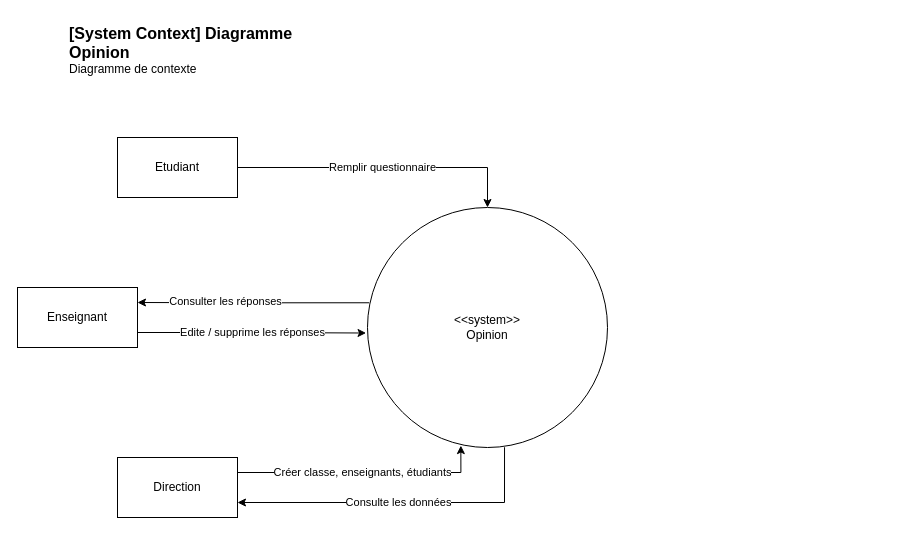
Devetik/Diagrammes keeps this draw.io diagram as DiagrammeContext.drawio. Above is the earlier version. Source tidied: cells renumbered, new cells numbered last; positions are measured from the earlier drawing's top-left corner, leaving out a move shared by most shapes. Both pictures are drawn from the tidied source at 100%, with x=0, y=0 at pixel (17, 17).
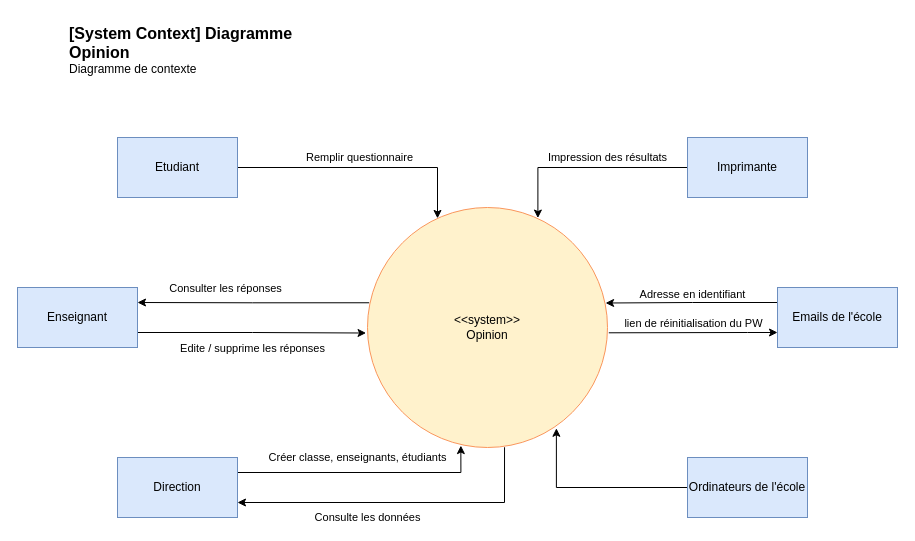
Above is the later version.

Unchanged cells that the change refers to:
```xml
<mxCell id="8" style="edgeStyle=orthogonalEdgeStyle;rounded=0;jettySize=auto;html=1;exitX=0.007;exitY=0.397;exitDx=0;exitDy=0;entryX=1;entryY=0.25;entryDx=0;entryDy=0;exitPerimeter=0;" parent="1" edge="1" source="11" target="5">
  <mxGeometry relative="1" as="geometry" />
</mxCell>
```

Diff of the diagram source:
```diff
@@
     <mxCell id="2" value="Remplir questionnaire" style="edgeStyle=orthogonalEdgeStyle;rounded=0;jettySize=auto;html=1;exitX=1;exitY=0.5;exitDx=0;exitDy=0;" parent="1" edge="1" source="3" target="11">
-      <mxGeometry relative="1" as="geometry" />
+      <mxGeometry x="-0.03" y="10" relative="1" as="geometry">
+        <Array as="points">
+          <mxPoint x="420" y="150" />
+        </Array>
+      </mxGeometry>
     </mxCell>
-    <mxCell id="3" value="Etudiant" style="rounded=0;whiteSpace=wrap;html=1;gradientColor=none;fillColor=none;" parent="1" vertex="1">
+    <mxCell id="3" value="Etudiant" style="rounded=0;whiteSpace=wrap;html=1;fillColor=#dae8fc;strokeColor=#6c8ebf;" parent="1" vertex="1">
       <mxGeometry x="100" y="120" width="120" height="60" as="geometry" />
     </mxCell>
     <mxCell id="4" value="Edite / supprime les réponses" style="edgeStyle=orthogonalEdgeStyle;rounded=0;jettySize=auto;html=1;exitX=1;exitY=0.75;exitDx=0;exitDy=0;entryX=-0.006;entryY=0.523;entryDx=0;entryDy=0;entryPerimeter=0;" parent="1" edge="1" source="5" target="11">
-      <mxGeometry relative="1" as="geometry" />
+      <mxGeometry x="0.01" y="-15" relative="1" as="geometry" />
     </mxCell>
-    <mxCell id="5" value="Enseignant" style="rounded=0;whiteSpace=wrap;html=1;fillColor=none;gradientColor=none;" parent="1" vertex="1">
+    <mxCell id="5" value="Enseignant" style="rounded=0;whiteSpace=wrap;html=1;fillColor=#dae8fc;strokeColor=#6c8ebf;" parent="1" vertex="1">
       <mxGeometry y="270" width="120" height="60" as="geometry" />
     </mxCell>
     <mxCell id="6" value="Créer classe, enseignants, étudiants" style="edgeStyle=orthogonalEdgeStyle;rounded=0;jettySize=auto;html=1;exitX=1;exitY=0.25;exitDx=0;exitDy=0;entryX=0.389;entryY=0.992;entryDx=0;entryDy=0;entryPerimeter=0;" parent="1" edge="1" source="7" target="11">
-      <mxGeometry relative="1" as="geometry" />
+      <mxGeometry x="-0.04" y="15" relative="1" as="geometry" />
     </mxCell>
-    <mxCell id="7" value="Direction" style="rounded=0;whiteSpace=wrap;html=1;fillColor=none;gradientColor=none;" parent="1" vertex="1">
+    <mxCell id="7" value="Direction" style="rounded=0;whiteSpace=wrap;html=1;fillColor=#dae8fc;strokeColor=#6c8ebf;" parent="1" vertex="1">
       <mxGeometry x="100" y="440" width="120" height="60" as="geometry" />
     </mxCell>
@@
     <mxCell id="9" value="Consulter les réponses" style="edgeLabel;html=1;align=center;verticalAlign=middle;" parent="8" vertex="1">
-      <mxGeometry x="0.24" y="-2" relative="1" as="geometry" />
+      <mxGeometry x="0.24" y="-2" relative="1" as="geometry">
+        <mxPoint y="-13" as="offset" />
+      </mxGeometry>
     </mxCell>
     <mxCell id="10" value="Consulte les données" style="edgeStyle=orthogonalEdgeStyle;rounded=0;jettySize=auto;html=1;exitX=0.571;exitY=0.999;exitDx=0;exitDy=0;entryX=1;entryY=0.75;entryDx=0;entryDy=0;exitPerimeter=0;" parent="1" edge="1" source="11" target="7">
-      <mxGeometry relative="1" as="geometry" />
+      <mxGeometry x="0.19" y="15" relative="1" as="geometry" />
     </mxCell>
-    <mxCell id="11" value="&amp;lt;&amp;lt;system&amp;gt;&amp;gt;&lt;br&gt;Opinion" style="ellipse;whiteSpace=wrap;html=1;fillColor=none;gradientColor=none;" parent="1" vertex="1">
+    <mxCell id="11" value="&amp;lt;&amp;lt;system&amp;gt;&amp;gt;&lt;br&gt;Opinion" style="ellipse;whiteSpace=wrap;html=1;fillColor=#fff2cc;strokeColor=#FA965C;gradientColor=none;gradientDirection=radial;" parent="1" vertex="1">
       <mxGeometry x="350" y="190" width="240" height="240" as="geometry" />
     </mxCell>
@@
+    <mxCell id="13" value="Impression des résultats" style="edgeStyle=orthogonalEdgeStyle;rounded=0;jettySize=auto;html=1;entryX=0.71;entryY=0.044;entryDx=0;entryDy=0;entryPerimeter=0;" parent="1" edge="1" source="14" target="11">
+      <mxGeometry x="-0.2" y="-10" relative="1" as="geometry" />
+    </mxCell>
+    <mxCell id="14" value="Imprimante" style="rounded=0;whiteSpace=wrap;html=1;fillColor=#dae8fc;strokeColor=#6c8ebf;" parent="1" vertex="1">
+      <mxGeometry x="670" y="120" width="120" height="60" as="geometry" />
+    </mxCell>
+    <mxCell id="15" style="edgeStyle=orthogonalEdgeStyle;rounded=0;jettySize=auto;html=1;entryX=0.787;entryY=0.92;entryDx=0;entryDy=0;entryPerimeter=0;verticalAlign=bottom;" parent="1" edge="1" source="16" target="11">
+      <mxGeometry relative="1" as="geometry" />
+    </mxCell>
+    <mxCell id="16" value="Ordinateurs de l'école" style="rounded=0;whiteSpace=wrap;html=1;strokeColor=#6c8ebf;fillColor=#dae8fc;gradientDirection=radial;" parent="1" vertex="1">
+      <mxGeometry x="670" y="440" width="120" height="60" as="geometry" />
+    </mxCell>
+    <mxCell id="17" value="lien de réinitialisation du PW" style="edgeStyle=orthogonalEdgeStyle;rounded=0;jettySize=auto;html=1;exitX=0;exitY=0.75;exitDx=0;exitDy=0;startArrow=classic;startFill=1;endArrow=none;endFill=0;verticalAlign=bottom;" parent="1" edge="1" source="19">
+      <mxGeometry relative="1" as="geometry">
+        <mxPoint x="591.3" y="315.3" as="targetPoint" />
+        <Array as="points">
+          <mxPoint x="730" y="315" />
+          <mxPoint x="730" y="315" />
+        </Array>
+      </mxGeometry>
+    </mxCell>
+    <mxCell id="18" value="Adresse en identifiant" style="edgeStyle=orthogonalEdgeStyle;rounded=0;jettySize=auto;html=1;exitX=0;exitY=0.25;exitDx=0;exitDy=0;entryX=0.992;entryY=0.398;entryDx=0;entryDy=0;entryPerimeter=0;startArrow=none;startFill=0;endArrow=classic;endFill=1;verticalAlign=bottom;" parent="1" edge="1" source="19" target="11">
+      <mxGeometry relative="1" as="geometry" />
+    </mxCell>
+    <mxCell id="19" value="Emails de l'école" style="rounded=0;whiteSpace=wrap;html=1;strokeColor=#6c8ebf;fillColor=#dae8fc;gradientDirection=radial;" parent="1" vertex="1">
+      <mxGeometry x="760" y="270" width="120" height="60" as="geometry" />
+    </mxCell>
```
